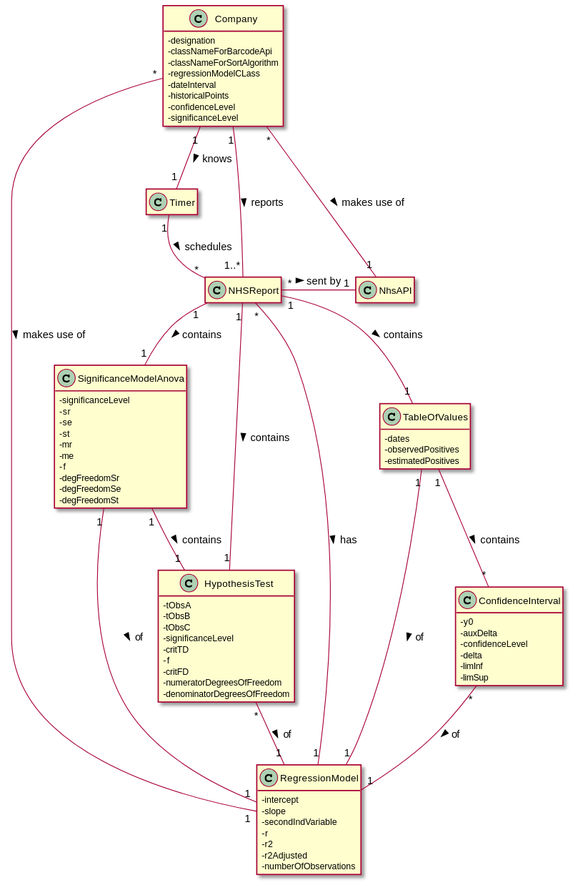
Earlier version of the PlantUML export docs/SprintD/US_19/US19_DM.svg (ana-albergaria/LAPR2-ISEP).
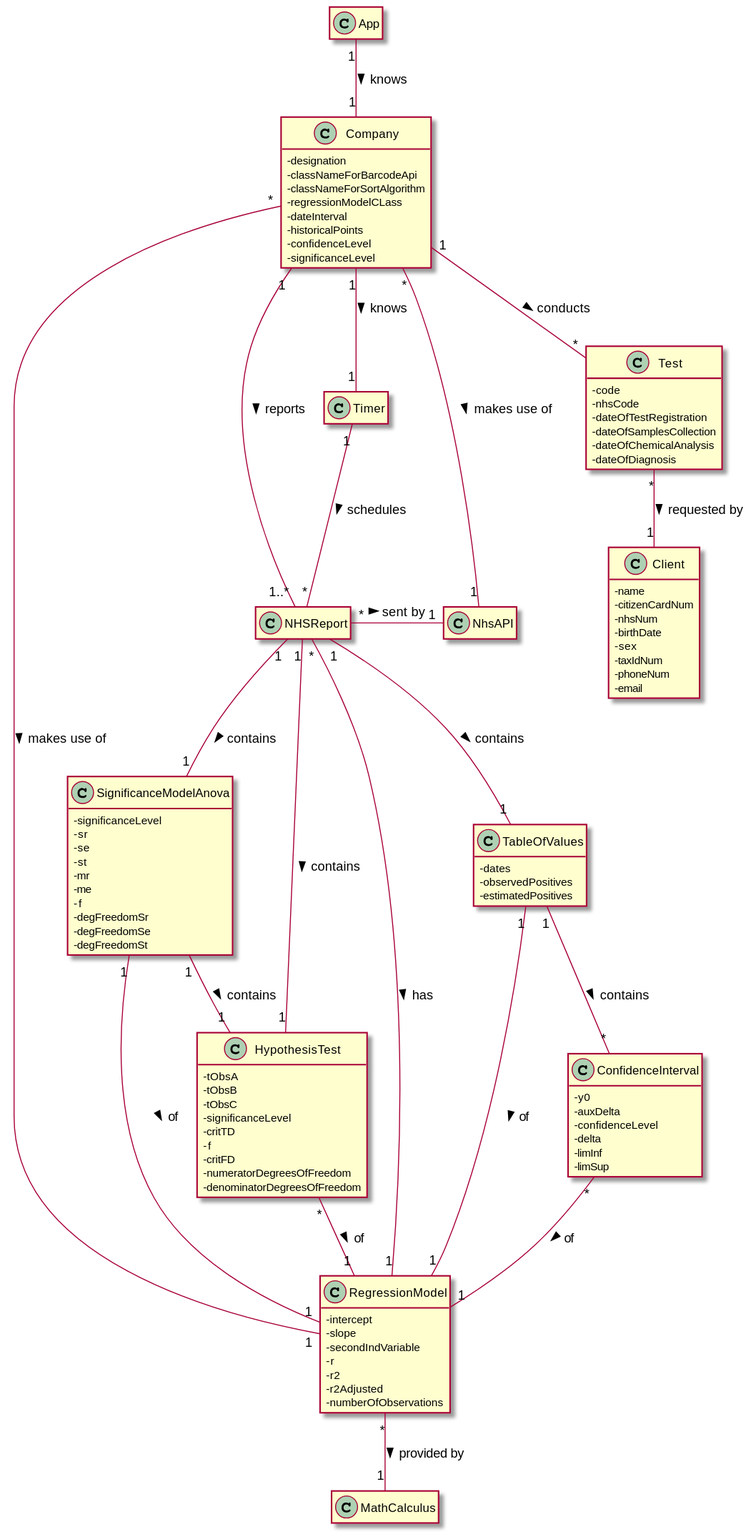
Above is the later version.

Diff of the diagram source:
```diff
@@ -74,7 +74,30 @@
 -limSup
 }
 
+class Test {
+- code
+- nhsCode
+- dateOfTestRegistration
+- dateOfSamplesCollection
+- dateOfChemicalAnalysis
+- dateOfDiagnosis
+}
 
+class Client {
+- name
+- citizenCardNum
+- nhsNum
+- birthDate
+- sex
+- taxIdNum
+- phoneNum
+- email
+}
+
+class MathCalculus {}
+
+
+App "1" -- "1" Company : knows >
 Timer "1" -- "*" NHSReport : schedules >
 Company "1" -- "1..*" NHSReport : reports >
 Company "1" -- "1" Timer : knows >
@@ -91,6 +114,9 @@
 TableOfValues "1" -- "1" RegressionModel : of >
 TableOfValues "1" -- "*" ConfidenceInterval : contains >
 ConfidenceInterval "*" -- "1" RegressionModel : of >
+RegressionModel "*" -- "1" MathCalculus : provided by >
+Test "*" -- "1" Client : requested by >
+Company "1" -- "*" Test : conducts >
 
 
 
```
